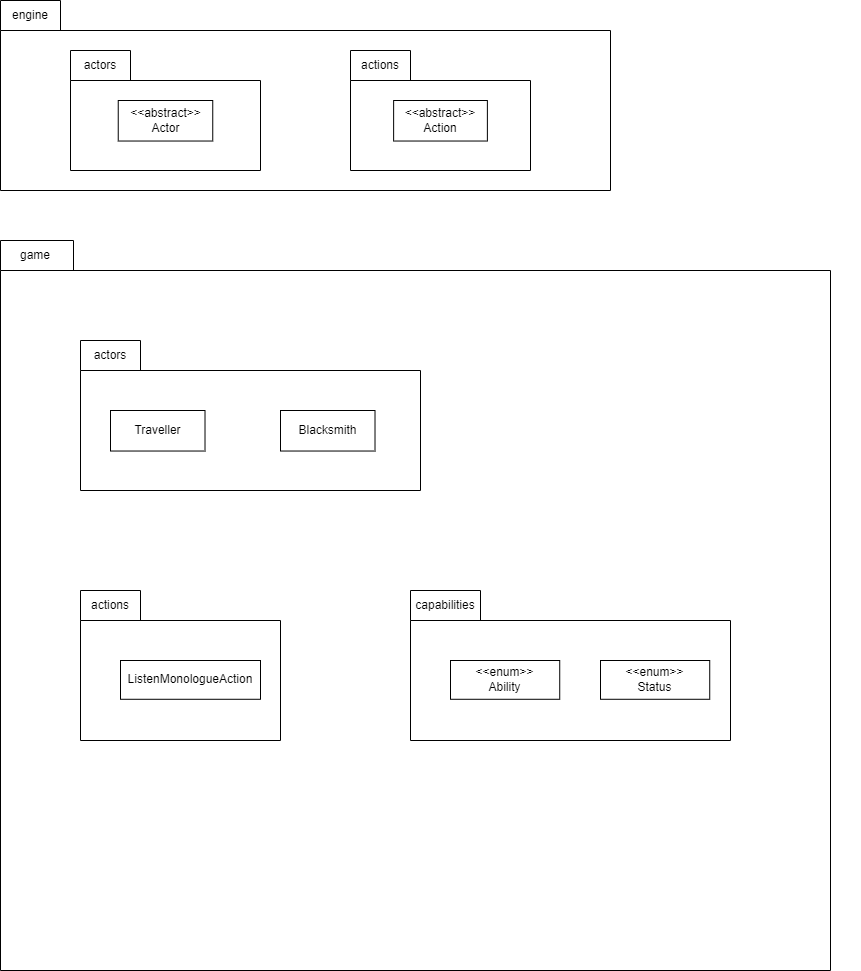
DesmondChongQiXiang/FIT2099 keeps this draw.io diagram as docs/design.assignment3/REQ4.png. Above is the earlier version. Source tidied: cells renumbered, new cells last; positions are measured from the earlier drawing's top-left corner, leaving out a move shared by most shapes.
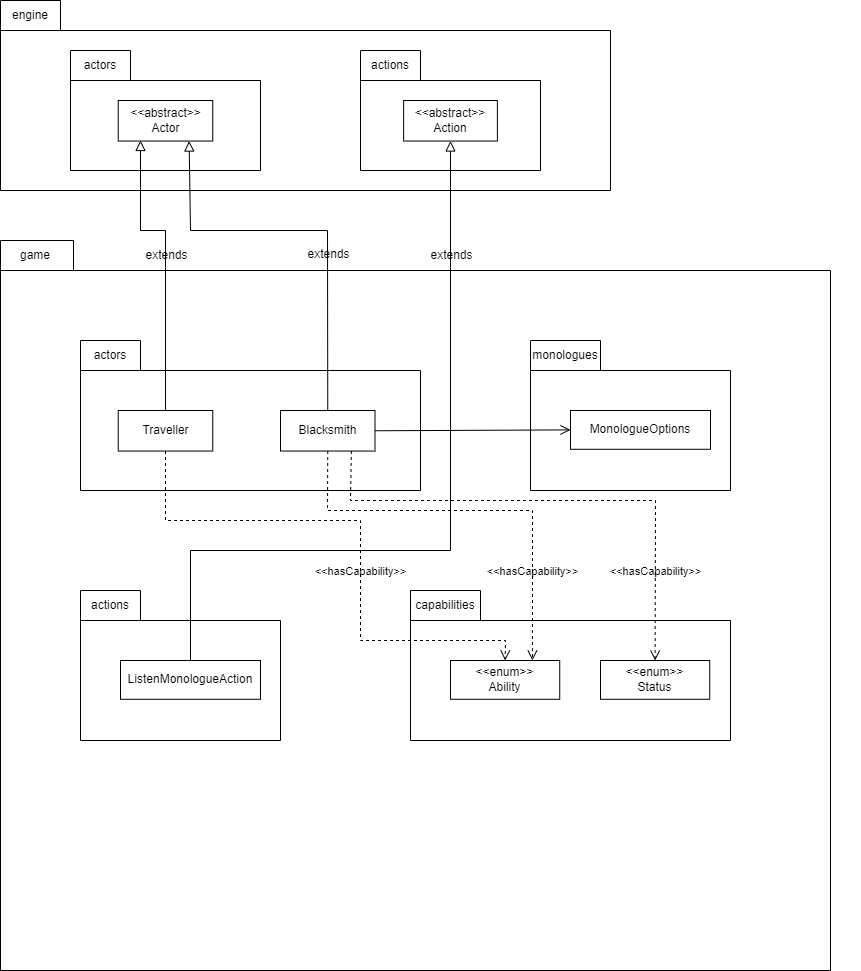
Above is the later version.

Commit message:
REQ4 (Add UML diagram completed 70%)

The edit, as a diff of the source:
```diff
@@ -14,22 +14,22 @@
     <mxCell id="5" style="shape=folder;fontStyle=1;spacingTop=10;tabWidth=60;tabHeight=30;tabPosition=left;html=1;whiteSpace=wrap;" parent="4" vertex="1">
       <mxGeometry width="190" height="120" as="geometry" />
     </mxCell>
-    <mxCell id="6" value="actors" style="text;html=1;strokeColor=none;fillColor=none;align=center;verticalAlign=middle;whiteSpace=wrap;rounded=0;" parent="4" vertex="1">
-      <mxGeometry width="60" height="30" as="geometry" />
-    </mxCell>
+    <mxCell id="28" value="actors" style="text;html=1;strokeColor=none;fillColor=none;align=center;verticalAlign=middle;whiteSpace=wrap;rounded=0;" parent="4" vertex="1">
+      <mxGeometry width="60" height="30" as="geometry" />
+    </mxCell>
     <mxCell id="7" value="&amp;lt;&amp;lt;abstract&amp;gt;&amp;gt;&lt;br&gt;Actor" style="html=1;whiteSpace=wrap;" parent="4" vertex="1">
       <mxGeometry x="47.7" y="50" width="94.5" height="40.5" as="geometry" />
     </mxCell>
-    <mxCell id="8" style="group;" parent="1" vertex="1">
-      <mxGeometry x="350" y="50" width="210" height="120" as="geometry" />
-    </mxCell>
+    <mxCell id="29" style="group;" parent="1" vertex="1">
+      <mxGeometry x="360" y="50" width="210" height="120" as="geometry" />
+    </mxCell>
-    <mxCell id="9" style="shape=folder;fontStyle=1;spacingTop=10;tabWidth=60;tabHeight=30;tabPosition=left;html=1;whiteSpace=wrap;" parent="8" vertex="1">
+    <mxCell id="9" style="shape=folder;fontStyle=1;spacingTop=10;tabWidth=60;tabHeight=30;tabPosition=left;html=1;whiteSpace=wrap;" parent="29" vertex="1">
       <mxGeometry width="180" height="120" as="geometry" />
     </mxCell>
-    <mxCell id="10" value="actions" style="text;html=1;strokeColor=none;fillColor=none;align=center;verticalAlign=middle;whiteSpace=wrap;rounded=0;" parent="8" vertex="1">
-      <mxGeometry width="60" height="30" as="geometry" />
-    </mxCell>
+    <mxCell id="30" value="actions" style="text;html=1;strokeColor=none;fillColor=none;align=center;verticalAlign=middle;whiteSpace=wrap;rounded=0;" parent="29" vertex="1">
+      <mxGeometry width="60" height="30" as="geometry" />
+    </mxCell>
-    <mxCell id="11" value="&amp;lt;&amp;lt;abstract&amp;gt;&amp;gt;&lt;br&gt;Action" style="html=1;whiteSpace=wrap;" parent="8" vertex="1">
+    <mxCell id="11" value="&amp;lt;&amp;lt;abstract&amp;gt;&amp;gt;&lt;br&gt;Action" style="html=1;whiteSpace=wrap;" parent="29" vertex="1">
       <mxGeometry x="43.1" y="50" width="93.8" height="40.5" as="geometry" />
     </mxCell>
     <mxCell id="12" style="shape=folder;fontStyle=1;spacingTop=10;tabWidth=70;tabHeight=30;tabPosition=left;html=1;whiteSpace=wrap;" parent="1" vertex="1">
@@ -44,11 +44,11 @@
     <mxCell id="15" style="shape=folder;fontStyle=1;spacingTop=10;tabWidth=60;tabHeight=30;tabPosition=left;html=1;whiteSpace=wrap;" parent="14" vertex="1">
       <mxGeometry width="340" height="150" as="geometry" />
     </mxCell>
-    <mxCell id="16" value="actors" style="text;html=1;strokeColor=none;fillColor=none;align=center;verticalAlign=middle;whiteSpace=wrap;rounded=0;" parent="14" vertex="1">
-      <mxGeometry width="60" height="30" as="geometry" />
-    </mxCell>
+    <mxCell id="31" value="actors" style="text;html=1;strokeColor=none;fillColor=none;align=center;verticalAlign=middle;whiteSpace=wrap;rounded=0;" parent="14" vertex="1">
+      <mxGeometry width="60" height="30" as="geometry" />
+    </mxCell>
     <mxCell id="17" value="Traveller" style="html=1;whiteSpace=wrap;" parent="14" vertex="1">
-      <mxGeometry x="30" y="70" width="94.5" height="40.5" as="geometry" />
+      <mxGeometry x="37.7" y="70" width="94.5" height="40.5" as="geometry" />
     </mxCell>
     <mxCell id="18" value="Blacksmith" style="html=1;whiteSpace=wrap;" parent="14" vertex="1">
       <mxGeometry x="200" y="70" width="94.5" height="40.5" as="geometry" />
@@ -74,11 +74,92 @@
     <mxCell id="25" style="shape=folder;fontStyle=1;spacingTop=10;tabWidth=60;tabHeight=30;tabPosition=left;html=1;whiteSpace=wrap;" parent="24" vertex="1">
       <mxGeometry width="200" height="150" as="geometry" />
     </mxCell>
-    <mxCell id="26" value="actions" style="text;html=1;strokeColor=none;fillColor=none;align=center;verticalAlign=middle;whiteSpace=wrap;rounded=0;" parent="24" vertex="1">
-      <mxGeometry width="60" height="30" as="geometry" />
-    </mxCell>
+    <mxCell id="32" value="actions" style="text;html=1;strokeColor=none;fillColor=none;align=center;verticalAlign=middle;whiteSpace=wrap;rounded=0;" parent="24" vertex="1">
+      <mxGeometry width="60" height="30" as="geometry" />
+    </mxCell>
     <mxCell id="27" value="ListenMonologueAction" style="html=1;whiteSpace=wrap;" parent="24" vertex="1">
       <mxGeometry x="40" y="70" width="140" height="38.8" as="geometry" />
     </mxCell>
+    <mxCell id="33" style="endArrow=block;html=1;rounded=0;align=center;verticalAlign=bottom;endFill=0;labelBackgroundColor=none;endSize=8;exitX=0.5;exitY=0;exitDx=0;exitDy=0;" parent="1" edge="1" source="17">
+      <mxGeometry relative="1" as="geometry">
+        <mxPoint x="140" y="140" as="targetPoint" />
+        <Array as="points">
+          <mxPoint x="165" y="230" />
+          <mxPoint x="140" y="230" />
+        </Array>
+      </mxGeometry>
+    </mxCell>
+    <mxCell id="34" value="extends" style="html=1;align=center;verticalAlign=top;labelBackgroundColor=none;" parent="33" vertex="1">
+      <mxGeometry relative="1" as="geometry">
+        <mxPoint y="-22" as="offset" />
+      </mxGeometry>
+    </mxCell>
+    <mxCell id="35" style="endArrow=block;html=1;rounded=0;align=center;verticalAlign=bottom;endFill=0;labelBackgroundColor=none;endSize=8;exitX=0.5;exitY=0;exitDx=0;exitDy=0;entryX=0.75;entryY=1;entryDx=0;entryDy=0;" parent="1" edge="1" source="18" target="7">
+      <mxGeometry relative="1" as="geometry">
+        <Array as="points">
+          <mxPoint x="327" y="230" />
+          <mxPoint x="190" y="230" />
+        </Array>
+      </mxGeometry>
+    </mxCell>
+    <mxCell id="36" value="extends" style="html=1;align=center;verticalAlign=top;labelBackgroundColor=none;" parent="35" vertex="1">
+      <mxGeometry relative="1" as="geometry">
+        <mxPoint x="24" y="10" as="offset" />
+      </mxGeometry>
+    </mxCell>
+    <mxCell id="37" style="endArrow=block;html=1;rounded=0;align=center;verticalAlign=bottom;endFill=0;labelBackgroundColor=none;endSize=8;exitX=0.5;exitY=0;exitDx=0;exitDy=0;entryX=0.5;entryY=1;entryDx=0;entryDy=0;" parent="1" edge="1" source="27" target="11">
+      <mxGeometry relative="1" as="geometry">
+        <Array as="points">
+          <mxPoint x="190" y="550" />
+          <mxPoint x="450" y="550" />
+        </Array>
+      </mxGeometry>
+    </mxCell>
+    <mxCell id="38" value="extends" style="html=1;align=center;verticalAlign=top;labelBackgroundColor=none;" parent="37" vertex="1">
+      <mxGeometry relative="1" as="geometry">
+        <mxPoint y="-290" as="offset" />
+      </mxGeometry>
+    </mxCell>
+    <mxCell id="39" style="group;" parent="1" vertex="1">
+      <mxGeometry x="530" y="340" width="300" height="150" as="geometry" />
+    </mxCell>
+    <mxCell id="40" style="shape=folder;fontStyle=1;spacingTop=10;tabWidth=70;tabHeight=30;tabPosition=left;html=1;whiteSpace=wrap;" parent="39" vertex="1">
+      <mxGeometry width="200" height="150" as="geometry" />
+    </mxCell>
+    <mxCell id="41" value="monologues" style="text;html=1;strokeColor=none;fillColor=none;align=center;verticalAlign=middle;whiteSpace=wrap;rounded=0;" parent="39" vertex="1">
+      <mxGeometry width="70" height="30" as="geometry" />
+    </mxCell>
+    <mxCell id="42" value="MonologueOptions" style="html=1;whiteSpace=wrap;" parent="39" vertex="1">
+      <mxGeometry x="40" y="70" width="140" height="38.8" as="geometry" />
+    </mxCell>
+    <mxCell id="43" value="&amp;lt;&amp;lt;hasCapability&amp;gt;&amp;gt;" style="endArrow=open;startArrow=none;endFill=0;startFill=0;endSize=8;html=1;verticalAlign=bottom;dashed=1;labelBackgroundColor=none;rounded=0;exitX=0.5;exitY=1;exitDx=0;exitDy=0;entryX=0.5;entryY=0;entryDx=0;entryDy=0;" parent="1" edge="1" source="17" target="22">
+      <mxGeometry x="0.18" relative="1" as="geometry">
+        <Array as="points">
+          <mxPoint x="165" y="520" />
+          <mxPoint x="360" y="520" />
+          <mxPoint x="360" y="640" />
+          <mxPoint x="505" y="640" />
+        </Array>
+      </mxGeometry>
+    </mxCell>
+    <mxCell id="44" style="endArrow=open;startArrow=none;endFill=0;startFill=0;endSize=8;html=1;verticalAlign=bottom;labelBackgroundColor=none;strokeWidth=1;rounded=0;exitX=1;exitY=0.5;exitDx=0;exitDy=0;entryX=0;entryY=0.5;entryDx=0;entryDy=0;" parent="1" edge="1" source="18" target="42">
+      <mxGeometry relative="1" as="geometry" />
+    </mxCell>
+    <mxCell id="45" value="&amp;lt;&amp;lt;hasCapability&amp;gt;&amp;gt;" style="endArrow=open;startArrow=none;endFill=0;startFill=0;endSize=8;html=1;verticalAlign=bottom;dashed=1;labelBackgroundColor=none;rounded=0;exitX=0.5;exitY=1;exitDx=0;exitDy=0;entryX=0.75;entryY=0;entryDx=0;entryDy=0;" parent="1" edge="1" source="18" target="22">
+      <mxGeometry x="0.61" relative="1" as="geometry">
+        <Array as="points">
+          <mxPoint x="327" y="510" />
+          <mxPoint x="532" y="510" />
+        </Array>
+      </mxGeometry>
+    </mxCell>
+    <mxCell id="46" value="&amp;lt;&amp;lt;hasCapability&amp;gt;&amp;gt;" style="endArrow=open;startArrow=none;endFill=0;startFill=0;endSize=8;html=1;verticalAlign=bottom;dashed=1;labelBackgroundColor=none;rounded=0;exitX=0.75;exitY=1;exitDx=0;exitDy=0;entryX=0.5;entryY=0;entryDx=0;entryDy=0;" parent="1" edge="1" source="18" target="23">
+      <mxGeometry x="0.69" relative="1" as="geometry">
+        <Array as="points">
+          <mxPoint x="350" y="500" />
+          <mxPoint x="655" y="500" />
+        </Array>
+      </mxGeometry>
+    </mxCell>
   </root>
 </mxGraphModel>
```
